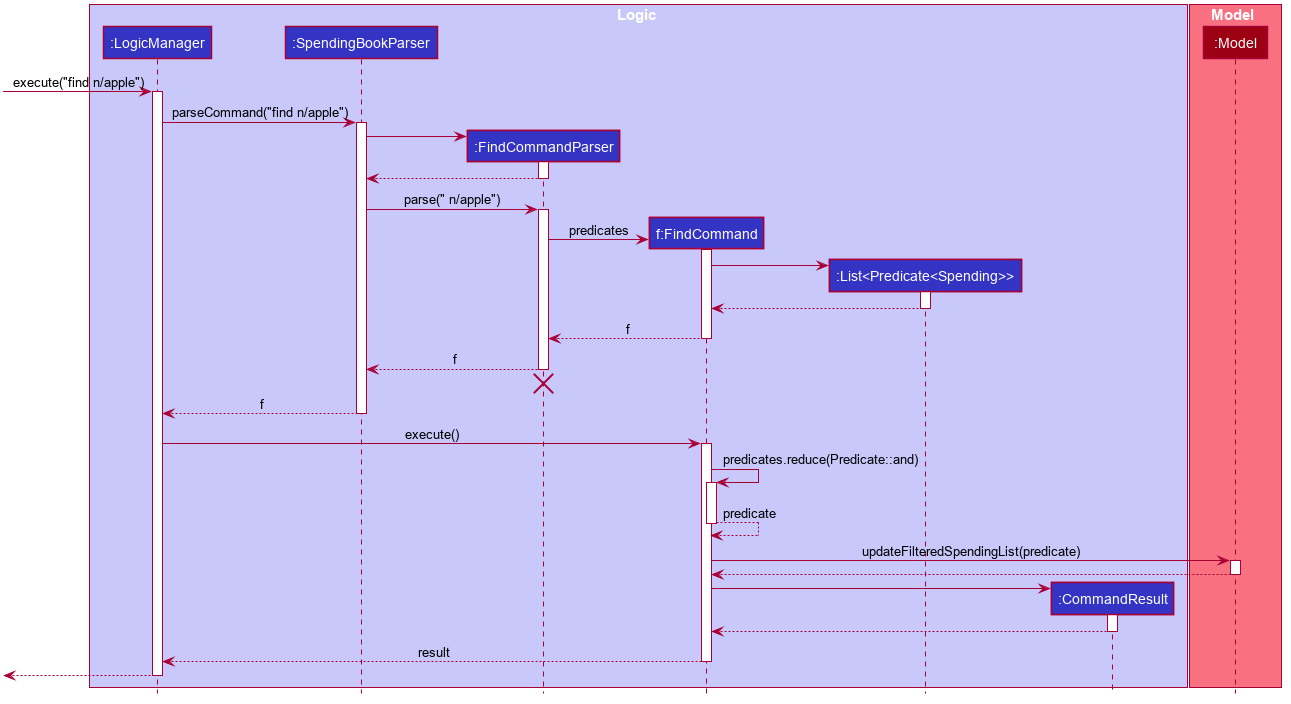
Before: docs/images/FindSequenceDiagram.png, a diagram exported from PlantUML (nus-cs2103-AY1920S1/addressbook-level3).
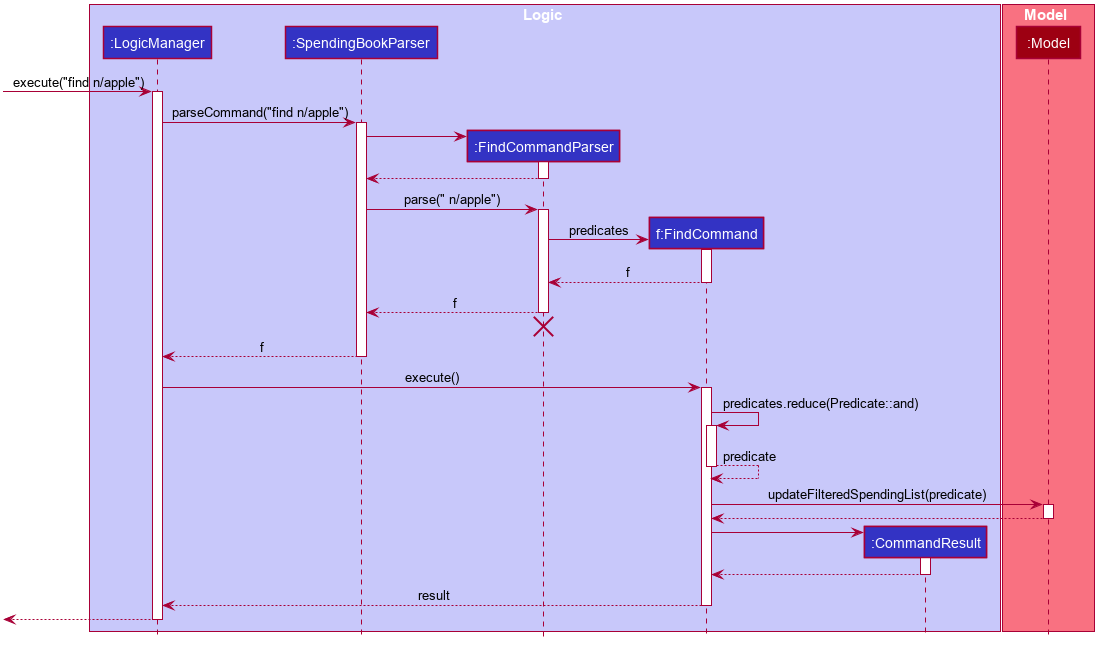
Above is the later version.

Commit message:
Fix UG bugs with Edit and Find

Diff of the diagram source:
```diff
@@ -53,7 +53,6 @@
 participant ":SpendingBookParser" as SpendingBookParser #3333C4
 participant ":FindCommandParser" as FindCommandParser #3333C4
 participant "f:FindCommand" as FindCommand #3333C4
-participant ":List<Predicate<Spending>>" as SpendingPredicateList #3333C4
 participant ":CommandResult" as CommandResult #3333C4
 end box
 
@@ -80,14 +79,6 @@
 create FindCommand
 FindCommandParser -> FindCommand : predicates
 activate FindCommand
-
-create SpendingPredicateList
-FindCommand -> SpendingPredicateList :
-activate SpendingPredicateList
-
-SpendingPredicateList --> FindCommand
-
-deactivate SpendingPredicateList
 
 FindCommand --> FindCommandParser : f
 
```
